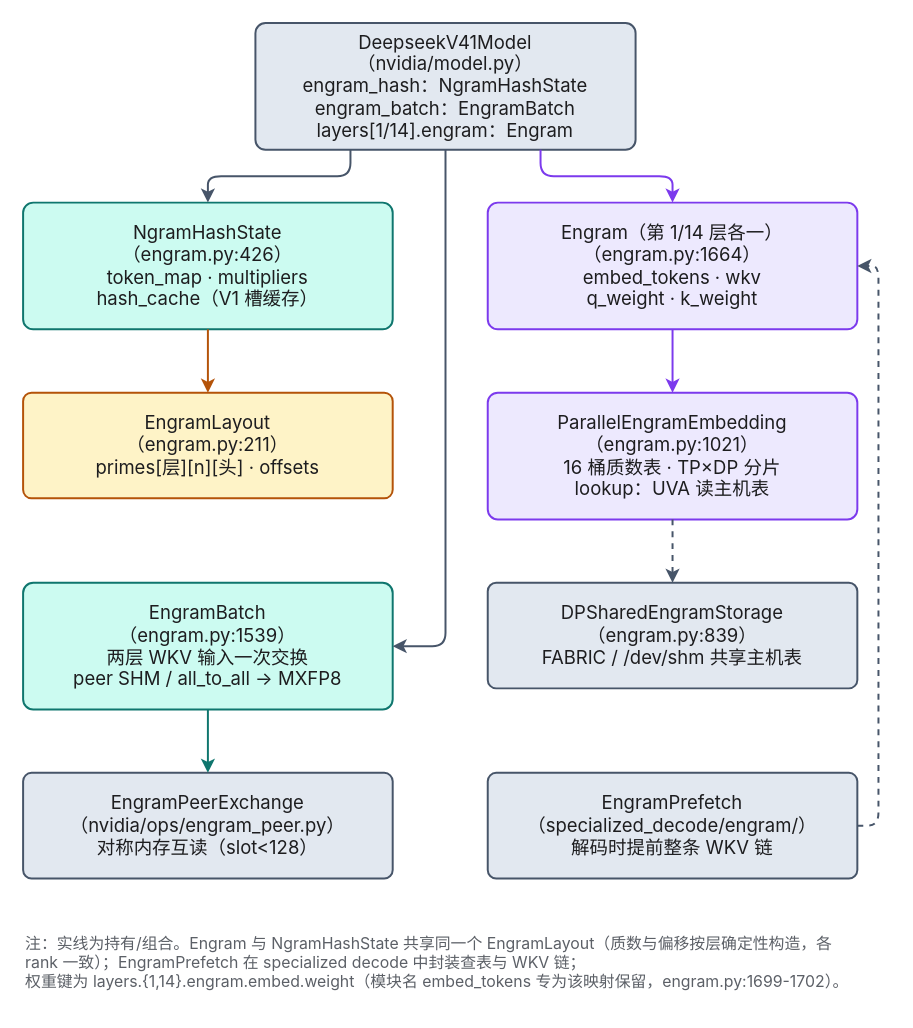
The draw.io diagram src/content/posts/deepseek/15-engram/diagrams/15-engram-classes.drawio in xingcanlee/infra-note, before the edit. Source tidied: cells renumbered, new cells numbered last; positions are measured from the earlier drawing's top-left corner, leaving out a move shared by most shapes. Both pictures are drawn from the tidied source at 132%, with x=0, y=0 at pixel (22, 22).
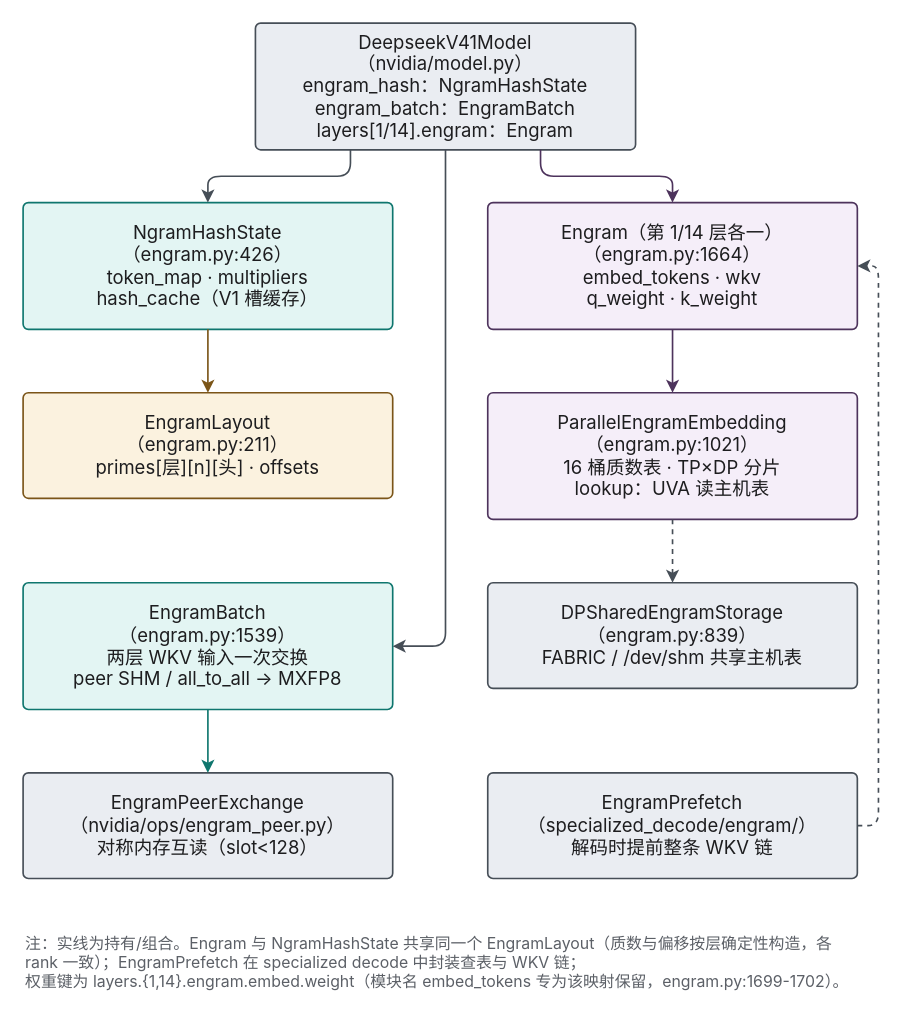
The same page after the edit.

The edit, as a diff of the source:
```diff
@@
-    <mxCell id="2" value="DeepseekV41Model&lt;br&gt;（nvidia/model.py）&lt;br&gt;engram_hash：NgramHashState&lt;br&gt;engram_batch：EngramBatch&lt;br&gt;layers[1/14].engram：Engram" style="rounded=1;arcSize=8;whiteSpace=wrap;html=1;fillColor=#e2e8f0;strokeColor=#475569;strokeWidth=1.5;fontFamily=Inter;fontSize=14;fontColor=#1d1d1f;" parent="1" vertex="1">
+    <mxCell id="2" value="DeepseekV41Model&lt;br&gt;（nvidia/model.py）&lt;br&gt;engram_hash：NgramHashState&lt;br&gt;engram_batch：EngramBatch&lt;br&gt;layers[1/14].engram：Engram" style="rounded=1;absoluteArcSize=1;arcSize=8;whiteSpace=wrap;html=1;fillColor=#eaedf2;strokeColor=#464e57;strokeWidth=1.25;fontFamily=Inter;fontSize=14;fontColor=#1d1d1f;" parent="1" vertex="1">
       <mxGeometry x="176" width="288" height="96" as="geometry" />
     </mxCell>
-    <mxCell id="3" value="NgramHashState&lt;br&gt;（engram.py:426）&lt;br&gt;token_map · multipliers&lt;br&gt;hash_cache（V1 槽缓存）" style="rounded=1;arcSize=8;whiteSpace=wrap;html=1;fillColor=#ccfbf1;strokeColor=#0f766e;strokeWidth=1.5;fontFamily=Inter;fontSize=14;fontColor=#1d1d1f;" parent="1" vertex="1">
+    <mxCell id="3" value="NgramHashState&lt;br&gt;（engram.py:426）&lt;br&gt;token_map · multipliers&lt;br&gt;hash_cache（V1 槽缓存）" style="rounded=1;absoluteArcSize=1;arcSize=8;whiteSpace=wrap;html=1;fillColor=#e3f5f3;strokeColor=#0f766e;strokeWidth=1.25;fontFamily=Inter;fontSize=14;fontColor=#1d1d1f;" parent="1" vertex="1">
       <mxGeometry y="136" width="280" height="96" as="geometry" />
     </mxCell>
-    <mxCell id="4" value="Engram（第 1/14 层各一）&lt;br&gt;（engram.py:1664）&lt;br&gt;embed_tokens · wkv&lt;br&gt;q_weight · k_weight" style="rounded=1;arcSize=8;whiteSpace=wrap;html=1;fillColor=#ede9fe;strokeColor=#7c3aed;strokeWidth=1.5;fontFamily=Inter;fontSize=14;fontColor=#1d1d1f;" parent="1" vertex="1">
+    <mxCell id="4" value="Engram（第 1/14 层各一）&lt;br&gt;（engram.py:1664）&lt;br&gt;embed_tokens · wkv&lt;br&gt;q_weight · k_weight" style="rounded=1;absoluteArcSize=1;arcSize=8;whiteSpace=wrap;html=1;fillColor=#f5eef9;strokeColor=#4d335c;strokeWidth=1.25;fontFamily=Inter;fontSize=14;fontColor=#1d1d1f;" parent="1" vertex="1">
       <mxGeometry x="352" y="136" width="280" height="96" as="geometry" />
     </mxCell>
-    <mxCell id="5" value="EngramLayout&lt;br&gt;（engram.py:211）&lt;br&gt;primes[层][n][头] · offsets" style="rounded=1;arcSize=8;whiteSpace=wrap;html=1;fillColor=#fef3c7;strokeColor=#b45309;strokeWidth=1.5;fontFamily=Inter;fontSize=14;fontColor=#1d1d1f;" parent="1" vertex="1">
+    <mxCell id="5" value="EngramLayout&lt;br&gt;（engram.py:211）&lt;br&gt;primes[层][n][头] · offsets" style="rounded=1;absoluteArcSize=1;arcSize=8;whiteSpace=wrap;html=1;fillColor=#fbf2df;strokeColor=#7b5518;strokeWidth=1.25;fontFamily=Inter;fontSize=14;fontColor=#1d1d1f;" parent="1" vertex="1">
       <mxGeometry y="280" width="280" height="80" as="geometry" />
     </mxCell>
-    <mxCell id="6" value="ParallelEngramEmbedding&lt;br&gt;（engram.py:1021）&lt;br&gt;16 桶质数表 · TP×DP 分片&lt;br&gt;lookup：UVA 读主机表" style="rounded=1;arcSize=8;whiteSpace=wrap;html=1;fillColor=#ede9fe;strokeColor=#7c3aed;strokeWidth=1.5;fontFamily=Inter;fontSize=14;fontColor=#1d1d1f;" parent="1" vertex="1">
+    <mxCell id="6" value="ParallelEngramEmbedding&lt;br&gt;（engram.py:1021）&lt;br&gt;16 桶质数表 · TP×DP 分片&lt;br&gt;lookup：UVA 读主机表" style="rounded=1;absoluteArcSize=1;arcSize=8;whiteSpace=wrap;html=1;fillColor=#f5eef9;strokeColor=#4d335c;strokeWidth=1.25;fontFamily=Inter;fontSize=14;fontColor=#1d1d1f;" parent="1" vertex="1">
       <mxGeometry x="352" y="280" width="280" height="96" as="geometry" />
     </mxCell>
-    <mxCell id="7" value="EngramBatch&lt;br&gt;（engram.py:1539）&lt;br&gt;两层 WKV 输入一次交换&lt;br&gt;peer SHM / all_to_all → MXFP8" style="rounded=1;arcSize=8;whiteSpace=wrap;html=1;fillColor=#ccfbf1;strokeColor=#0f766e;strokeWidth=1.5;fontFamily=Inter;fontSize=14;fontColor=#1d1d1f;" parent="1" vertex="1">
+    <mxCell id="7" value="EngramBatch&lt;br&gt;（engram.py:1539）&lt;br&gt;两层 WKV 输入一次交换&lt;br&gt;peer SHM / all_to_all → MXFP8" style="rounded=1;absoluteArcSize=1;arcSize=8;whiteSpace=wrap;html=1;fillColor=#e3f5f3;strokeColor=#0f766e;strokeWidth=1.25;fontFamily=Inter;fontSize=14;fontColor=#1d1d1f;" parent="1" vertex="1">
       <mxGeometry y="424" width="280" height="96" as="geometry" />
     </mxCell>
-    <mxCell id="8" value="DPSharedEngramStorage&lt;br&gt;（engram.py:839）&lt;br&gt;FABRIC / /dev/shm 共享主机表" style="rounded=1;arcSize=8;whiteSpace=wrap;html=1;fillColor=#e2e8f0;strokeColor=#475569;strokeWidth=1.5;fontFamily=Inter;fontSize=14;fontColor=#1d1d1f;" parent="1" vertex="1">
+    <mxCell id="8" value="DPSharedEngramStorage&lt;br&gt;（engram.py:839）&lt;br&gt;FABRIC / /dev/shm 共享主机表" style="rounded=1;absoluteArcSize=1;arcSize=8;whiteSpace=wrap;html=1;fillColor=#eaedf2;strokeColor=#464e57;strokeWidth=1.25;fontFamily=Inter;fontSize=14;fontColor=#1d1d1f;" parent="1" vertex="1">
       <mxGeometry x="352" y="424" width="280" height="80" as="geometry" />
     </mxCell>
-    <mxCell id="9" value="EngramPeerExchange&lt;br&gt;（nvidia/ops/engram_peer.py）&lt;br&gt;对称内存互读（slot&lt;128）" style="rounded=1;arcSize=8;whiteSpace=wrap;html=1;fillColor=#e2e8f0;strokeColor=#475569;strokeWidth=1.5;fontFamily=Inter;fontSize=14;fontColor=#1d1d1f;" parent="1" vertex="1">
+    <mxCell id="9" value="EngramPeerExchange&lt;br&gt;（nvidia/ops/engram_peer.py）&lt;br&gt;对称内存互读（slot&lt;128）" style="rounded=1;absoluteArcSize=1;arcSize=8;whiteSpace=wrap;html=1;fillColor=#eaedf2;strokeColor=#464e57;strokeWidth=1.25;fontFamily=Inter;fontSize=14;fontColor=#1d1d1f;" parent="1" vertex="1">
       <mxGeometry y="568" width="280" height="80" as="geometry" />
     </mxCell>
-    <mxCell id="10" value="EngramPrefetch&lt;br&gt;（specialized_decode/engram/）&lt;br&gt;解码时提前整条 WKV 链" style="rounded=1;arcSize=8;whiteSpace=wrap;html=1;fillColor=#e2e8f0;strokeColor=#475569;strokeWidth=1.5;fontFamily=Inter;fontSize=14;fontColor=#1d1d1f;" parent="1" vertex="1">
+    <mxCell id="10" value="EngramPrefetch&lt;br&gt;（specialized_decode/engram/）&lt;br&gt;解码时提前整条 WKV 链" style="rounded=1;absoluteArcSize=1;arcSize=8;whiteSpace=wrap;html=1;fillColor=#eaedf2;strokeColor=#464e57;strokeWidth=1.25;fontFamily=Inter;fontSize=14;fontColor=#1d1d1f;" parent="1" vertex="1">
       <mxGeometry x="352" y="568" width="280" height="80" as="geometry" />
     </mxCell>
@@
-    <mxCell id="12" style="edgeStyle=orthogonalEdgeStyle;rounded=1;endArrow=classic;html=1;strokeColor=#475569;strokeWidth=1.5;exitX=0.25;exitY=1;exitDx=0;exitDy=0;entryX=0.5;entryY=0;entryDx=0;entryDy=0;" parent="1" edge="1" source="2" target="3">
+    <mxCell id="12" style="edgeStyle=orthogonalEdgeStyle;rounded=1;endArrow=classic;html=1;strokeColor=#464e57;strokeWidth=1.25;exitX=0.25;exitY=1;exitDx=0;exitDy=0;entryX=0.5;entryY=0;entryDx=0;entryDy=0;" parent="1" edge="1" source="2" target="3">
       <mxGeometry relative="1" as="geometry" />
     </mxCell>
-    <mxCell id="13" style="edgeStyle=orthogonalEdgeStyle;rounded=1;endArrow=classic;html=1;strokeColor=#7c3aed;strokeWidth=1.5;exitX=0.75;exitY=1;exitDx=0;exitDy=0;entryX=0.5;entryY=0;entryDx=0;entryDy=0;" parent="1" edge="1" source="2" target="4">
+    <mxCell id="13" style="edgeStyle=orthogonalEdgeStyle;rounded=1;endArrow=classic;html=1;strokeColor=#4d335c;strokeWidth=1.25;exitX=0.75;exitY=1;exitDx=0;exitDy=0;entryX=0.5;entryY=0;entryDx=0;entryDy=0;" parent="1" edge="1" source="2" target="4">
       <mxGeometry relative="1" as="geometry" />
     </mxCell>
-    <mxCell id="14" style="edgeStyle=orthogonalEdgeStyle;rounded=1;endArrow=classic;html=1;strokeColor=#b45309;strokeWidth=1.5;exitX=0.5;exitY=1;exitDx=0;exitDy=0;entryX=0.5;entryY=0;entryDx=0;entryDy=0;" parent="1" edge="1" source="3" target="5">
+    <mxCell id="14" style="edgeStyle=orthogonalEdgeStyle;rounded=1;endArrow=classic;html=1;strokeColor=#7b5518;strokeWidth=1.25;exitX=0.5;exitY=1;exitDx=0;exitDy=0;entryX=0.5;entryY=0;entryDx=0;entryDy=0;" parent="1" edge="1" source="3" target="5">
       <mxGeometry relative="1" as="geometry" />
     </mxCell>
-    <mxCell id="15" style="edgeStyle=orthogonalEdgeStyle;rounded=1;endArrow=classic;html=1;strokeColor=#7c3aed;strokeWidth=1.5;exitX=0.5;exitY=1;exitDx=0;exitDy=0;entryX=0.5;entryY=0;entryDx=0;entryDy=0;" parent="1" edge="1" source="4" target="6">
+    <mxCell id="15" style="edgeStyle=orthogonalEdgeStyle;rounded=1;endArrow=classic;html=1;strokeColor=#4d335c;strokeWidth=1.25;exitX=0.5;exitY=1;exitDx=0;exitDy=0;entryX=0.5;entryY=0;entryDx=0;entryDy=0;" parent="1" edge="1" source="4" target="6">
       <mxGeometry relative="1" as="geometry" />
     </mxCell>
-    <mxCell id="16" style="edgeStyle=orthogonalEdgeStyle;rounded=1;endArrow=classic;html=1;strokeColor=#475569;strokeWidth=1.5;dashed=1;exitX=0.5;exitY=1;exitDx=0;exitDy=0;entryX=0.5;entryY=0;entryDx=0;entryDy=0;" parent="1" edge="1" source="6" target="8">
+    <mxCell id="16" style="edgeStyle=orthogonalEdgeStyle;rounded=1;endArrow=classic;html=1;strokeColor=#464e57;strokeWidth=1.25;dashed=1;exitX=0.5;exitY=1;exitDx=0;exitDy=0;entryX=0.5;entryY=0;entryDx=0;entryDy=0;" parent="1" edge="1" source="6" target="8">
       <mxGeometry relative="1" as="geometry" />
     </mxCell>
-    <mxCell id="17" style="edgeStyle=orthogonalEdgeStyle;rounded=1;endArrow=classic;html=1;strokeColor=#475569;strokeWidth=1.5;exitX=0.5;exitY=1;exitDx=0;exitDy=0;entryX=1;entryY=0.5;entryDx=0;entryDy=0;" parent="1" edge="1" source="2" target="7">
+    <mxCell id="17" style="edgeStyle=orthogonalEdgeStyle;rounded=1;endArrow=classic;html=1;strokeColor=#464e57;strokeWidth=1.25;exitX=0.5;exitY=1;exitDx=0;exitDy=0;entryX=1;entryY=0.5;entryDx=0;entryDy=0;" parent="1" edge="1" source="2" target="7">
       <mxGeometry relative="1" as="geometry">
         <Array as="points">
           <mxPoint x="320" y="472" />
         </Array>
       </mxGeometry>
     </mxCell>
-    <mxCell id="18" style="edgeStyle=orthogonalEdgeStyle;rounded=1;endArrow=classic;html=1;strokeColor=#0f766e;strokeWidth=1.5;exitX=0.5;exitY=1;exitDx=0;exitDy=0;entryX=0.5;entryY=0;entryDx=0;entryDy=0;" parent="1" edge="1" source="7" target="9">
+    <mxCell id="18" style="edgeStyle=orthogonalEdgeStyle;rounded=1;endArrow=classic;html=1;strokeColor=#0f766e;strokeWidth=1.25;exitX=0.5;exitY=1;exitDx=0;exitDy=0;entryX=0.5;entryY=0;entryDx=0;entryDy=0;" parent="1" edge="1" source="7" target="9">
       <mxGeometry relative="1" as="geometry" />
     </mxCell>
-    <mxCell id="19" style="edgeStyle=orthogonalEdgeStyle;rounded=1;endArrow=classic;html=1;strokeColor=#475569;strokeWidth=1.5;dashed=1;exitX=1;exitY=0.5;exitDx=0;exitDy=0;entryX=1;entryY=0.5;entryDx=0;entryDy=0;" parent="1" edge="1" source="10" target="4">
+    <mxCell id="19" style="edgeStyle=orthogonalEdgeStyle;rounded=1;endArrow=classic;html=1;strokeColor=#464e57;strokeWidth=1.25;dashed=1;exitX=1;exitY=0.5;exitDx=0;exitDy=0;entryX=1;entryY=0.5;entryDx=0;entryDy=0;" parent="1" edge="1" source="10" target="4">
       <mxGeometry relative="1" as="geometry">
         <Array as="points">
           <mxPoint x="648" y="608" />
           <mxPoint x="648" y="184" />
         </Array>
       </mxGeometry>
     </mxCell>
```
